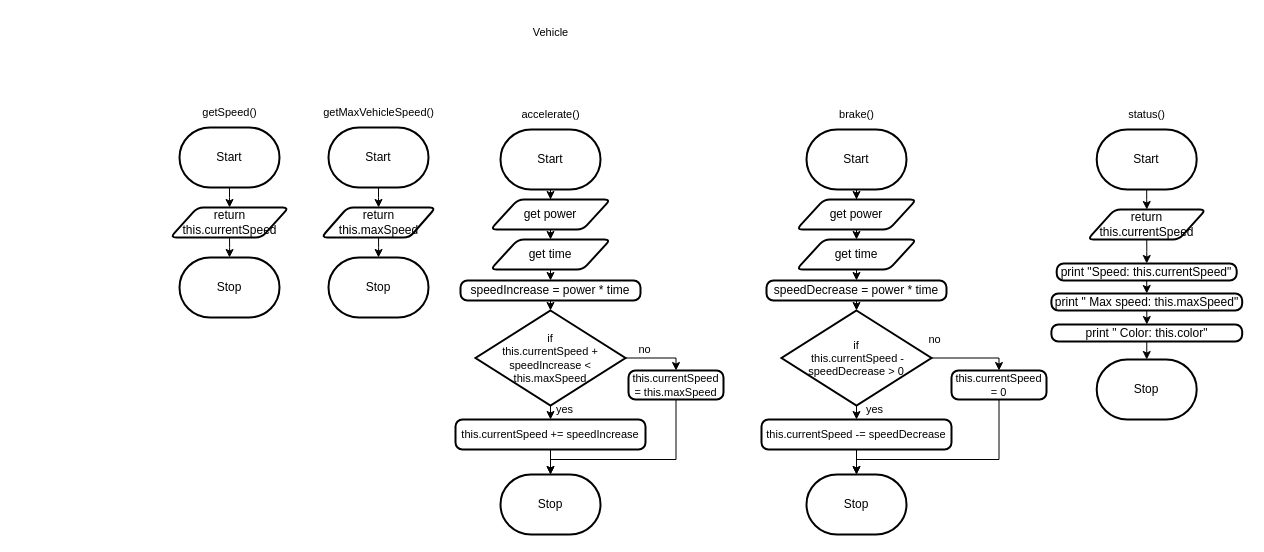
jakub-malhotra/ICS4U-Unit-2 keeps this draw.io diagram as 2-8/design/flowchart.drawio. Above is the earlier version. Source tidied: cells renumbered, new cells numbered last; positions are measured from the earlier drawing's top-left corner, leaving out a move shared by most shapes. Both pictures are drawn from the tidied source at 100%, with x=0, y=0 at pixel (170, 17).
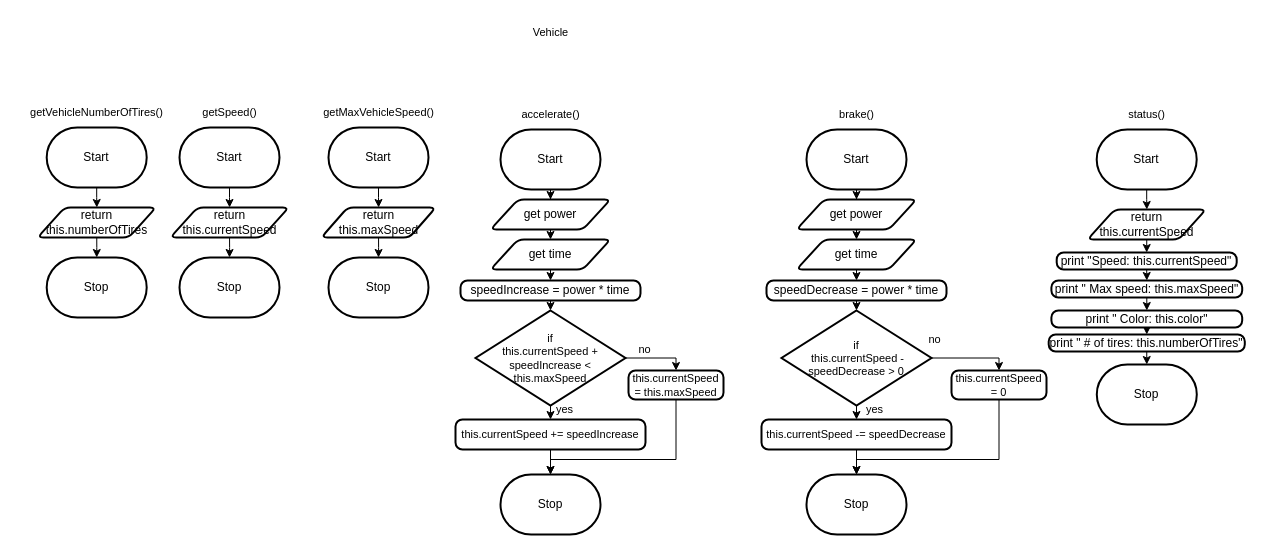
After the change.

What changed in the source:
```diff
@@
     <mxCell id="54" value="Stop" style="strokeWidth=2;html=1;shape=mxgraph.flowchart.terminator;whiteSpace=wrap;" parent="1" vertex="1">
-      <mxGeometry x="926.2" y="342" width="100" height="60" as="geometry" />
+      <mxGeometry x="926.3" y="347" width="100" height="60" as="geometry" />
     </mxCell>
@@
     <mxCell id="59" value="print &quot;Speed: this.currentSpeed&quot;" style="rounded=1;whiteSpace=wrap;html=1;absoluteArcSize=1;arcSize=14;strokeWidth=2;" parent="1" vertex="1">
-      <mxGeometry x="886.2" y="246" width="180" height="17" as="geometry" />
+      <mxGeometry x="886.2" y="235" width="180" height="17" as="geometry" />
     </mxCell>
@@
     <mxCell id="61" value="print &quot; Max speed: this.maxSpeed&quot;" style="rounded=1;whiteSpace=wrap;html=1;absoluteArcSize=1;arcSize=14;strokeWidth=2;" parent="1" vertex="1">
-      <mxGeometry x="880.9" y="276" width="190.8" height="17" as="geometry" />
+      <mxGeometry x="880.9" y="263" width="190.8" height="17" as="geometry" />
     </mxCell>
-    <mxCell id="62" style="edgeStyle=orthogonalEdgeStyle;shape=connector;rounded=0;html=1;exitX=0.5;exitY=1;exitDx=0;exitDy=0;entryX=0.5;entryY=0;entryDx=0;entryDy=0;entryPerimeter=0;labelBackgroundColor=default;strokeColor=default;fontFamily=Helvetica;fontSize=11;fontColor=default;endArrow=classic;" parent="1" edge="1" source="63" target="54">
-      <mxGeometry relative="1" as="geometry" />
-    </mxCell>
+    <mxCell id="65" style="edgeStyle=none;html=1;exitX=0.5;exitY=1;exitDx=0;exitDy=0;entryX=0.5;entryY=0;entryDx=0;entryDy=0;" parent="1" edge="1" source="63" target="73">
+      <mxGeometry relative="1" as="geometry" />
+    </mxCell>
     <mxCell id="63" value="print &quot; Color: this.color&quot;" style="rounded=1;whiteSpace=wrap;html=1;absoluteArcSize=1;arcSize=14;strokeWidth=2;" parent="1" vertex="1">
-      <mxGeometry x="880.9" y="307" width="190.8" height="17" as="geometry" />
+      <mxGeometry x="880.9" y="293" width="190.8" height="17" as="geometry" />
     </mxCell>
@@
+    <mxCell id="66" style="edgeStyle=orthogonalEdgeStyle;html=1;exitX=0.5;exitY=1;exitDx=0;exitDy=0;exitPerimeter=0;rounded=0;" parent="1" edge="1" source="67" target="70">
+      <mxGeometry relative="1" as="geometry" />
+    </mxCell>
+    <mxCell id="67" value="Start" style="strokeWidth=2;html=1;shape=mxgraph.flowchart.terminator;whiteSpace=wrap;" parent="1" vertex="1">
+      <mxGeometry x="-123.8" y="110" width="100" height="60" as="geometry" />
+    </mxCell>
+    <mxCell id="68" value="Stop" style="strokeWidth=2;html=1;shape=mxgraph.flowchart.terminator;whiteSpace=wrap;" parent="1" vertex="1">
+      <mxGeometry x="-123.8" y="240" width="100" height="60" as="geometry" />
+    </mxCell>
+    <mxCell id="69" style="edgeStyle=orthogonalEdgeStyle;rounded=0;html=1;exitX=0.5;exitY=1;exitDx=0;exitDy=0;entryX=0.5;entryY=0;entryDx=0;entryDy=0;entryPerimeter=0;" parent="1" edge="1" source="70" target="68">
+      <mxGeometry relative="1" as="geometry" />
+    </mxCell>
+    <mxCell id="70" value="return this.numberOfTires" style="shape=parallelogram;html=1;strokeWidth=2;perimeter=parallelogramPerimeter;whiteSpace=wrap;rounded=1;arcSize=12;size=0.23;" parent="1" vertex="1">
+      <mxGeometry x="-133" y="190" width="118.5" height="30" as="geometry" />
+    </mxCell>
+    <mxCell id="71" value="getVehicleNumberOfTires()" style="text;html=1;align=center;verticalAlign=middle;strokeColor=none;fillColor=none;fontSize=11;fontFamily=Helvetica;fontColor=default;" parent="1" vertex="1">
+      <mxGeometry x="-153.8" y="80" width="160" height="30" as="geometry" />
+    </mxCell>
+    <mxCell id="72" style="edgeStyle=none;html=1;exitX=0.5;exitY=1;exitDx=0;exitDy=0;" parent="1" edge="1" source="73" target="54">
+      <mxGeometry relative="1" as="geometry" />
+    </mxCell>
+    <mxCell id="73" value="print &quot;&amp;nbsp;# of tires: this.numberOfTires&quot;" style="rounded=1;whiteSpace=wrap;html=1;absoluteArcSize=1;arcSize=14;strokeWidth=2;" parent="1" vertex="1">
+      <mxGeometry x="878.2" y="317" width="196.1" height="17" as="geometry" />
+    </mxCell>
```
